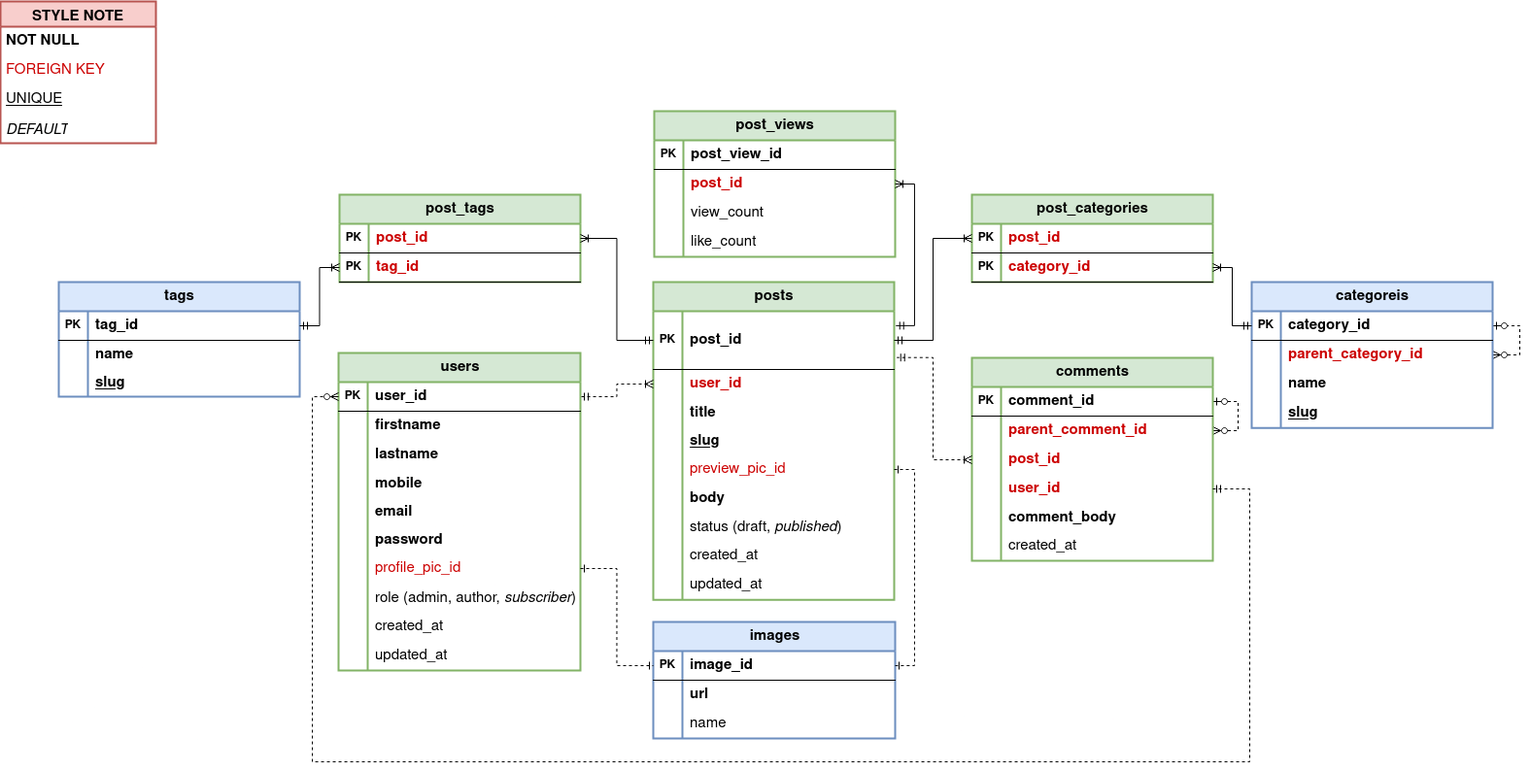
Before: assets/rdm.png, a diagram exported from draw.io (ttasc/sgublogsite). Source tidied: cells renumbered, new cells last; positions are measured from the earlier drawing's top-left corner, leaving out a move shared by most shapes.
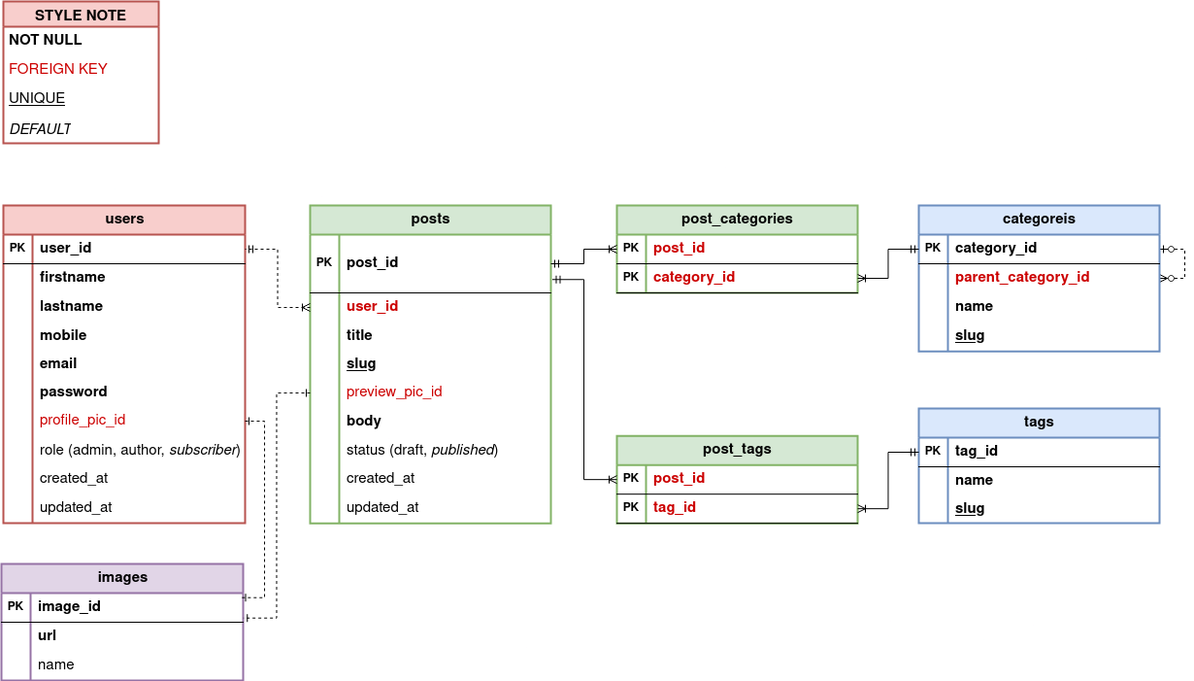
After the change.

Commit message:
remove views, comments table

The edit, as a diff of the source:
```diff
@@ -4,4 +4,4 @@
     <mxCell id="1" parent="0" />
-    <mxCell id="2" value="&lt;font style=&quot;font-size: 15px;&quot;&gt;images&lt;/font&gt;" style="shape=table;startSize=30;rowLines=0;fontStyle=1;align=center;html=1;fillColor=#dae8fc;strokeColor=#6c8ebf;strokeWidth=2;" parent="1" vertex="1">
-      <mxGeometry x="672" y="639" width="249" height="120" as="geometry" />
+    <mxCell id="2" value="&lt;font style=&quot;font-size: 15px;&quot;&gt;images&lt;/font&gt;" style="shape=table;startSize=30;rowLines=0;fontStyle=1;align=center;html=1;fillColor=#e1d5e7;strokeColor=#9673a6;strokeWidth=2;" parent="1" vertex="1">
+      <mxGeometry x="-2" y="579" width="249" height="120" as="geometry" />
     </mxCell>
@@ -34,10 +34,2 @@
     </mxCell>
-    <mxCell id="12" style="edgeStyle=orthogonalEdgeStyle;rounded=0;jettySize=auto;html=1;exitX=1;exitY=0.5;exitDx=0;exitDy=0;entryX=1;entryY=0.5;entryDx=0;entryDy=0;endArrow=ERzeroToOne;endFill=0;startArrow=ERzeroToMany;startFill=0;dashed=1;strokeWidth=1;strokeColor=#000000;" parent="1" edge="1" source="77" target="74">
-      <mxGeometry relative="1" as="geometry">
-        <Array as="points">
-          <mxPoint x="1274" y="442" />
-          <mxPoint x="1274" y="412" />
-        </Array>
-      </mxGeometry>
-    </mxCell>
     <mxCell id="13" style="edgeStyle=orthogonalEdgeStyle;rounded=0;jettySize=auto;html=1;exitX=1;exitY=0.5;exitDx=0;exitDy=0;entryX=1;entryY=0.5;entryDx=0;entryDy=0;endArrow=ERzeroToOne;endFill=0;startArrow=ERzeroToMany;startFill=0;dashed=1;strokeWidth=1;strokeColor=#000000;" parent="1" edge="1" source="96" target="93">
@@ -45,4 +37,4 @@
         <Array as="points">
-          <mxPoint x="1564" y="364" />
-          <mxPoint x="1564" y="334" />
+          <mxPoint x="1217" y="285" />
+          <mxPoint x="1217" y="255" />
         </Array>
@@ -50,4 +42,4 @@
     </mxCell>
-    <mxCell id="14" value="&lt;font style=&quot;font-size: 15px;&quot;&gt;users&lt;/font&gt;" style="shape=table;startSize=30;rowLines=0;fontStyle=1;align=center;html=1;fillColor=#d5e8d4;strokeColor=#82b366;strokeWidth=2;" parent="1" vertex="1">
-      <mxGeometry x="348" y="362" width="249" height="327" as="geometry" />
+    <mxCell id="14" value="&lt;font style=&quot;font-size: 15px;&quot;&gt;users&lt;/font&gt;" style="shape=table;startSize=30;rowLines=0;fontStyle=1;align=center;html=1;fillColor=#f8cecc;strokeColor=#b85450;strokeWidth=2;" parent="1" vertex="1">
+      <mxGeometry y="210" width="249" height="327" as="geometry" />
     </mxCell>
@@ -144,3 +136,3 @@
     <mxCell id="45" value="&lt;font&gt;&lt;b&gt;posts&lt;/b&gt;&lt;/font&gt;" style="shape=table;startSize=30;rowLines=0;fontStyle=0;align=center;html=1;fillColor=#d5e8d4;strokeColor=#82b366;fontSize=15;strokeWidth=2;" parent="1" vertex="1">
-      <mxGeometry x="672" y="289" width="248" height="327.2" as="geometry" />
+      <mxGeometry x="316" y="210" width="248" height="327.2" as="geometry" />
     </mxCell>
@@ -227,61 +219,4 @@
     </mxCell>
-    <mxCell id="73" value="&lt;font style=&quot;font-size: 15px;&quot;&gt;&lt;b&gt;comments&lt;/b&gt;&lt;/font&gt;" style="shape=table;startSize=30;rowLines=0;fontStyle=0;align=center;html=1;fillColor=#d5e8d4;strokeColor=#82b366;strokeWidth=2;fillStyle=auto;" parent="1" vertex="1">
-      <mxGeometry x="1000" y="367" width="248" height="209" as="geometry" />
-    </mxCell>
-    <mxCell id="74" style="shape=tableRow;horizontal=0;startSize=0;swimlaneHead=0;swimlaneBody=0;fillColor=none;points=[[0,0.5],[1,0.5]];portConstraint=eastwest;top=0;left=0;right=0;bottom=1;" parent="73" vertex="1">
-      <mxGeometry y="30" width="248" height="30" as="geometry" />
-    </mxCell>
-    <mxCell id="75" value="PK" style="shape=partialRectangle;fillColor=none;top=0;left=0;bottom=0;right=0;fontStyle=1;overflow=hidden;whiteSpace=wrap;html=1;" parent="74" vertex="1">
-      <mxGeometry width="30" height="30" as="geometry" />
-    </mxCell>
-    <mxCell id="76" value="comment_id" style="shape=partialRectangle;fillColor=none;top=0;left=0;bottom=0;right=0;align=left;spacingLeft=6;fontStyle=1;overflow=hidden;whiteSpace=wrap;html=1;fontSize=15;" parent="74" vertex="1">
-      <mxGeometry x="30" width="218" height="30" as="geometry" />
-    </mxCell>
-    <mxCell id="77" style="shape=tableRow;horizontal=0;startSize=0;swimlaneHead=0;swimlaneBody=0;fillColor=none;points=[[0,0.5],[1,0.5]];portConstraint=eastwest;top=0;left=0;right=0;bottom=0;" parent="73" vertex="1">
-      <mxGeometry y="60" width="248" height="30" as="geometry" />
-    </mxCell>
-    <mxCell id="78" style="shape=partialRectangle;fillColor=none;top=0;left=0;bottom=0;right=0;overflow=hidden;whiteSpace=wrap;html=1;" parent="77" vertex="1">
-      <mxGeometry width="30" height="30" as="geometry" />
-    </mxCell>
-    <mxCell id="79" value="parent_comment_id" style="shape=partialRectangle;fillColor=none;top=0;left=0;bottom=0;right=0;align=left;spacingLeft=6;overflow=hidden;whiteSpace=wrap;html=1;fontColor=light-dark(#CC0000,#000000);fontStyle=1;fontSize=15;" parent="77" vertex="1">
-      <mxGeometry x="30" width="218" height="30" as="geometry" />
-    </mxCell>
-    <mxCell id="80" style="shape=tableRow;horizontal=0;startSize=0;swimlaneHead=0;swimlaneBody=0;fillColor=none;points=[[0,0.5],[1,0.5]];portConstraint=eastwest;top=0;left=0;right=0;bottom=0;" parent="73" vertex="1">
-      <mxGeometry y="90" width="248" height="30" as="geometry" />
-    </mxCell>
-    <mxCell id="81" style="shape=partialRectangle;fillColor=none;top=0;left=0;bottom=0;right=0;overflow=hidden;whiteSpace=wrap;html=1;" parent="80" vertex="1">
-      <mxGeometry width="30" height="30" as="geometry" />
-    </mxCell>
-    <mxCell id="82" value="post_id" style="shape=partialRectangle;fillColor=none;top=0;left=0;bottom=0;right=0;align=left;spacingLeft=6;overflow=hidden;whiteSpace=wrap;html=1;fontColor=light-dark(#CC0000,#CC0000);fontStyle=1;fontSize=15;" parent="80" vertex="1">
-      <mxGeometry x="30" width="218" height="30" as="geometry" />
-    </mxCell>
-    <mxCell id="83" style="shape=tableRow;horizontal=0;startSize=0;swimlaneHead=0;swimlaneBody=0;fillColor=none;points=[[0,0.5],[1,0.5]];portConstraint=eastwest;top=0;left=0;right=0;bottom=0;" parent="73" vertex="1">
-      <mxGeometry y="120" width="248" height="30" as="geometry" />
-    </mxCell>
-    <mxCell id="84" style="shape=partialRectangle;fillColor=none;top=0;left=0;bottom=0;right=0;overflow=hidden;whiteSpace=wrap;html=1;" parent="83" vertex="1">
-      <mxGeometry width="30" height="30" as="geometry" />
-    </mxCell>
-    <mxCell id="85" value="user_id" style="shape=partialRectangle;fillColor=none;top=0;left=0;bottom=0;right=0;align=left;spacingLeft=6;overflow=hidden;whiteSpace=wrap;html=1;fontColor=light-dark(#CC0000,#000000);fontStyle=1;fontSize=15;" parent="83" vertex="1">
-      <mxGeometry x="30" width="218" height="30" as="geometry" />
-    </mxCell>
-    <mxCell id="86" style="shape=tableRow;horizontal=0;startSize=0;swimlaneHead=0;swimlaneBody=0;fillColor=none;top=0;left=0;right=0;bottom=0;" parent="73" vertex="1">
-      <mxGeometry y="150" width="248" height="29" as="geometry" />
-    </mxCell>
-    <mxCell id="87" style="shape=partialRectangle;fillColor=none;top=0;left=0;bottom=0;right=0;overflow=hidden;whiteSpace=wrap;html=1;" parent="86" vertex="1">
-      <mxGeometry width="30" height="29" as="geometry" />
-    </mxCell>
-    <mxCell id="88" value="comment_body" style="shape=partialRectangle;fillColor=none;top=0;left=0;bottom=0;right=0;align=left;spacingLeft=6;overflow=hidden;whiteSpace=wrap;html=1;fontColor=light-dark(#000000,#000000);fontStyle=1;fontSize=15;" parent="86" vertex="1">
-      <mxGeometry x="30" width="218" height="29" as="geometry" />
-    </mxCell>
-    <mxCell id="89" style="shape=tableRow;horizontal=0;startSize=0;swimlaneHead=0;swimlaneBody=0;fillColor=none;top=0;left=0;right=0;bottom=0;" parent="73" vertex="1">
-      <mxGeometry y="179" width="248" height="30" as="geometry" />
-    </mxCell>
-    <mxCell id="90" style="shape=partialRectangle;fillColor=none;top=0;left=0;bottom=0;right=0;overflow=hidden;whiteSpace=wrap;html=1;" parent="89" vertex="1">
-      <mxGeometry width="30" height="30" as="geometry" />
-    </mxCell>
-    <mxCell id="91" value="created_at" style="shape=partialRectangle;fillColor=none;top=0;left=0;bottom=0;right=0;align=left;spacingLeft=6;overflow=hidden;whiteSpace=wrap;html=1;fontSize=15;fontColor=light-dark(#000000,#FFFFFF);" parent="89" vertex="1">
-      <mxGeometry x="30" width="218" height="30" as="geometry" />
-    </mxCell>
     <mxCell id="92" value="&lt;b&gt;categoreis&lt;/b&gt;" style="shape=table;startSize=30;rowLines=0;fontStyle=0;align=center;html=1;fillColor=#dae8fc;strokeColor=#6c8ebf;fontSize=15;strokeWidth=2;" parent="1" vertex="1">
-      <mxGeometry x="1288" y="289" width="248" height="150.1" as="geometry" />
+      <mxGeometry x="943" y="210" width="248" height="150.1" as="geometry" />
     </mxCell>
@@ -324,3 +259,3 @@
     <mxCell id="105" value="&lt;font style=&quot;font-size: 15px;&quot;&gt;&lt;b&gt;post_categories&lt;/b&gt;&lt;/font&gt;" style="shape=table;startSize=30;rowLines=0;fontStyle=0;align=center;html=1;fillColor=#d5e8d4;strokeColor=#82b366;strokeWidth=2;" parent="1" vertex="1">
-      <mxGeometry x="1000" y="199" width="248" height="90" as="geometry" />
+      <mxGeometry x="632" y="210" width="248" height="90" as="geometry" />
     </mxCell>
@@ -345,3 +280,3 @@
     <mxCell id="112" value="&lt;b&gt;tags&lt;/b&gt;" style="shape=table;startSize=30;rowLines=0;fontStyle=0;align=center;html=1;fillColor=#dae8fc;strokeColor=#6c8ebf;fontSize=15;strokeWidth=2;" parent="1" vertex="1">
-      <mxGeometry x="60" y="289" width="248" height="118" as="geometry" />
+      <mxGeometry x="943" y="419" width="248" height="118" as="geometry" />
     </mxCell>
@@ -375,3 +310,3 @@
     <mxCell id="122" value="&lt;font style=&quot;font-size: 15px;&quot;&gt;&lt;b&gt;post_tags&lt;/b&gt;&lt;/font&gt;" style="shape=table;startSize=30;rowLines=0;fontStyle=0;align=center;html=1;fillColor=#d5e8d4;strokeColor=#82b366;strokeWidth=2;" parent="1" vertex="1">
-      <mxGeometry x="349" y="199" width="248" height="90" as="geometry" />
+      <mxGeometry x="632" y="447.2" width="248" height="90" as="geometry" />
     </mxCell>
@@ -395,41 +330,2 @@
     </mxCell>
-    <mxCell id="129" value="&lt;font&gt;&lt;b&gt;post_views&lt;/b&gt;&lt;/font&gt;" style="shape=table;startSize=30;rowLines=0;fontStyle=0;align=center;html=1;fillColor=#d5e8d4;strokeColor=#82b366;fontSize=15;strokeWidth=2;" parent="1" vertex="1">
-      <mxGeometry x="673" y="113" width="248" height="150" as="geometry" />
-    </mxCell>
-    <mxCell id="130" style="shape=tableRow;horizontal=0;startSize=0;swimlaneHead=0;swimlaneBody=0;fillColor=none;top=0;left=0;right=0;bottom=1;" parent="129" vertex="1">
-      <mxGeometry y="30" width="248" height="30" as="geometry" />
-    </mxCell>
-    <mxCell id="131" value="PK" style="shape=partialRectangle;fillColor=none;top=0;left=0;bottom=0;right=0;fontStyle=1;overflow=hidden;whiteSpace=wrap;html=1;" parent="130" vertex="1">
-      <mxGeometry width="30" height="30" as="geometry" />
-    </mxCell>
-    <mxCell id="132" value="post_view_id" style="shape=partialRectangle;fillColor=none;top=0;left=0;bottom=0;right=0;align=left;spacingLeft=6;fontStyle=1;overflow=hidden;whiteSpace=wrap;html=1;fontSize=15;" parent="130" vertex="1">
-      <mxGeometry x="30" width="218" height="30" as="geometry" />
-    </mxCell>
-    <mxCell id="133" style="shape=tableRow;horizontal=0;startSize=0;swimlaneHead=0;swimlaneBody=0;fillColor=none;points=[[0,0.5],[1,0.5]];portConstraint=eastwest;top=0;left=0;right=0;bottom=0;" parent="129" vertex="1">
-      <mxGeometry y="60" width="248" height="30" as="geometry" />
-    </mxCell>
-    <mxCell id="134" style="shape=partialRectangle;fillColor=none;top=0;left=0;bottom=0;right=0;overflow=hidden;whiteSpace=wrap;html=1;" parent="133" vertex="1">
-      <mxGeometry width="30" height="30" as="geometry" />
-    </mxCell>
-    <mxCell id="135" value="post_id" style="shape=partialRectangle;fillColor=none;top=0;left=0;bottom=0;right=0;align=left;spacingLeft=6;overflow=hidden;whiteSpace=wrap;html=1;fontColor=light-dark(#CC0000,#CC0000);fontStyle=1;fontSize=15;" parent="133" vertex="1">
-      <mxGeometry x="30" width="218" height="30" as="geometry" />
-    </mxCell>
-    <mxCell id="136" style="shape=tableRow;horizontal=0;startSize=0;swimlaneHead=0;swimlaneBody=0;fillColor=none;top=0;left=0;right=0;bottom=0;" parent="129" vertex="1">
-      <mxGeometry y="90" width="248" height="30" as="geometry" />
-    </mxCell>
-    <mxCell id="137" style="shape=partialRectangle;fillColor=none;top=0;left=0;bottom=0;right=0;overflow=hidden;whiteSpace=wrap;html=1;" parent="136" vertex="1">
-      <mxGeometry width="30" height="30" as="geometry" />
-    </mxCell>
-    <mxCell id="138" value="view_count" style="shape=partialRectangle;fillColor=none;top=0;left=0;bottom=0;right=0;align=left;spacingLeft=6;overflow=hidden;whiteSpace=wrap;html=1;fontSize=15;fontColor=light-dark(#000000,#FFFFFF);" parent="136" vertex="1">
-      <mxGeometry x="30" width="218" height="30" as="geometry" />
-    </mxCell>
-    <mxCell id="139" style="shape=tableRow;horizontal=0;startSize=0;swimlaneHead=0;swimlaneBody=0;fillColor=none;top=0;left=0;right=0;bottom=0;" parent="129" vertex="1">
-      <mxGeometry y="120" width="248" height="30" as="geometry" />
-    </mxCell>
-    <mxCell id="140" style="shape=partialRectangle;fillColor=none;top=0;left=0;bottom=0;right=0;overflow=hidden;whiteSpace=wrap;html=1;" parent="139" vertex="1">
-      <mxGeometry width="30" height="30" as="geometry" />
-    </mxCell>
-    <mxCell id="141" value="like_count" style="shape=partialRectangle;fillColor=none;top=0;left=0;bottom=0;right=0;align=left;spacingLeft=6;overflow=hidden;whiteSpace=wrap;html=1;fontSize=15;fontColor=light-dark(#000000,#FFFFFF);" parent="139" vertex="1">
-      <mxGeometry x="30" width="218" height="30" as="geometry" />
-    </mxCell>
     <mxCell id="142" style="edgeStyle=orthogonalEdgeStyle;rounded=0;jettySize=auto;html=1;exitX=0;exitY=0.5;exitDx=0;exitDy=0;entryX=1;entryY=0.5;entryDx=0;entryDy=0;startArrow=ERoneToMany;startFill=0;endArrow=ERmandOne;endFill=0;dashed=1;strokeWidth=1;" parent="1" edge="1" source="49" target="15">
@@ -437,3 +333,3 @@
     </mxCell>
-    <mxCell id="143" style="edgeStyle=orthogonalEdgeStyle;rounded=0;jettySize=auto;html=1;exitX=1;exitY=0.5;exitDx=0;exitDy=0;entryX=0;entryY=0.5;entryDx=0;entryDy=0;startArrow=ERmandOne;startFill=0;endArrow=ERoneToMany;endFill=0;strokeWidth=1;" parent="1" edge="1" source="113" target="126">
+    <mxCell id="143" style="edgeStyle=orthogonalEdgeStyle;rounded=0;jettySize=auto;html=1;exitX=0;exitY=0.5;exitDx=0;exitDy=0;entryX=1;entryY=0.5;entryDx=0;entryDy=0;startArrow=ERmandOne;startFill=0;endArrow=ERoneToMany;endFill=0;strokeWidth=1;" parent="1" edge="1" source="113" target="126">
       <mxGeometry relative="1" as="geometry" />
@@ -443,8 +339,5 @@
     </mxCell>
-    <mxCell id="145" style="edgeStyle=orthogonalEdgeStyle;rounded=0;jettySize=auto;html=1;exitX=1;exitY=0.5;exitDx=0;exitDy=0;entryX=0;entryY=0.5;entryDx=0;entryDy=0;startArrow=ERone;startFill=0;endArrow=ERone;endFill=0;strokeWidth=1;dashed=1;" parent="1" edge="1" source="33" target="3">
+    <mxCell id="145" style="edgeStyle=orthogonalEdgeStyle;rounded=0;jettySize=auto;html=1;exitX=1;exitY=0.5;exitDx=0;exitDy=0;entryX=0.994;entryY=0.156;entryDx=0;entryDy=0;startArrow=ERone;startFill=0;endArrow=ERone;endFill=0;strokeWidth=1;dashed=1;entryPerimeter=0;" parent="1" edge="1" source="33" target="3">
       <mxGeometry relative="1" as="geometry" />
     </mxCell>
-    <mxCell id="146" style="edgeStyle=orthogonalEdgeStyle;rounded=0;jettySize=auto;html=1;exitX=0;exitY=0.5;exitDx=0;exitDy=0;endArrow=ERmandOne;endFill=0;startArrow=ERoneToMany;startFill=0;dashed=1;strokeWidth=1;entryX=1.011;entryY=0.795;entryDx=0;entryDy=0;entryPerimeter=0;" parent="1" edge="1" source="80" target="46">
-      <mxGeometry relative="1" as="geometry" />
-    </mxCell>
     <mxCell id="147" style="edgeStyle=orthogonalEdgeStyle;rounded=0;jettySize=auto;html=1;exitX=0;exitY=0.5;exitDx=0;exitDy=0;entryX=1;entryY=0.5;entryDx=0;entryDy=0;endArrow=ERmandOne;endFill=0;startArrow=ERoneToMany;startFill=0;strokeWidth=1;" parent="1" edge="1" source="106" target="46">
@@ -452,18 +345,5 @@
     </mxCell>
-    <mxCell id="148" style="edgeStyle=orthogonalEdgeStyle;rounded=0;jettySize=auto;html=1;exitX=1;exitY=0.5;exitDx=0;exitDy=0;entryX=1.007;entryY=0.248;entryDx=0;entryDy=0;entryPerimeter=0;endArrow=ERmandOne;endFill=0;startArrow=ERoneToMany;startFill=0;strokeWidth=1;" parent="1" edge="1" source="133" target="46">
-      <mxGeometry relative="1" as="geometry" />
-    </mxCell>
-    <mxCell id="149" style="edgeStyle=orthogonalEdgeStyle;rounded=0;jettySize=auto;html=1;exitX=1;exitY=0.5;exitDx=0;exitDy=0;entryX=0;entryY=0.5;entryDx=0;entryDy=0;endArrow=ERmandOne;endFill=0;startArrow=ERoneToMany;startFill=0;strokeWidth=1;" parent="1" edge="1" source="123" target="46">
+    <mxCell id="149" style="edgeStyle=orthogonalEdgeStyle;rounded=0;jettySize=auto;html=1;exitX=0;exitY=0.5;exitDx=0;exitDy=0;entryX=1.006;entryY=0.771;entryDx=0;entryDy=0;endArrow=ERmandOne;endFill=0;startArrow=ERoneToMany;startFill=0;strokeWidth=1;entryPerimeter=0;" parent="1" edge="1" source="123" target="46">
       <mxGeometry relative="1" as="geometry" />
     </mxCell>
-    <mxCell id="150" style="edgeStyle=orthogonalEdgeStyle;rounded=0;jettySize=auto;html=1;exitX=1;exitY=0.5;exitDx=0;exitDy=0;entryX=0;entryY=0.5;entryDx=0;entryDy=0;dashed=1;startArrow=ERmandOne;startFill=0;endArrow=ERzeroToMany;endFill=0;strokeWidth=1;" parent="1" edge="1" source="83" target="15">
-      <mxGeometry relative="1" as="geometry">
-        <Array as="points">
-          <mxPoint x="1286" y="502" />
-          <mxPoint x="1286" y="783" />
-          <mxPoint x="321" y="783" />
-          <mxPoint x="321" y="407" />
-        </Array>
-      </mxGeometry>
-    </mxCell>
     <mxCell id="151" value="STYLE NOTE" style="swimlane;fontStyle=1;horizontal=1;startSize=26;align=center;fontSize=15;strokeWidth=2;fillColor=#f8cecc;strokeColor=#b85450;" parent="1" vertex="1">
@@ -483,3 +363,3 @@
     </mxCell>
-    <mxCell id="156" style="edgeStyle=orthogonalEdgeStyle;rounded=0;jettySize=auto;html=1;exitX=1;exitY=0.5;exitDx=0;exitDy=0;entryX=1;entryY=0.5;entryDx=0;entryDy=0;startArrow=ERone;startFill=0;endArrow=ERone;endFill=0;dashed=1;" parent="1" edge="1" source="58" target="3">
+    <mxCell id="156" style="edgeStyle=orthogonalEdgeStyle;rounded=0;jettySize=auto;html=1;exitX=0;exitY=0.5;exitDx=0;exitDy=0;startArrow=ERone;startFill=0;endArrow=ERone;endFill=0;dashed=1;entryX=1.001;entryY=0.857;entryDx=0;entryDy=0;entryPerimeter=0;" parent="1" edge="1" source="58" target="3">
       <mxGeometry relative="1" as="geometry" />
```
